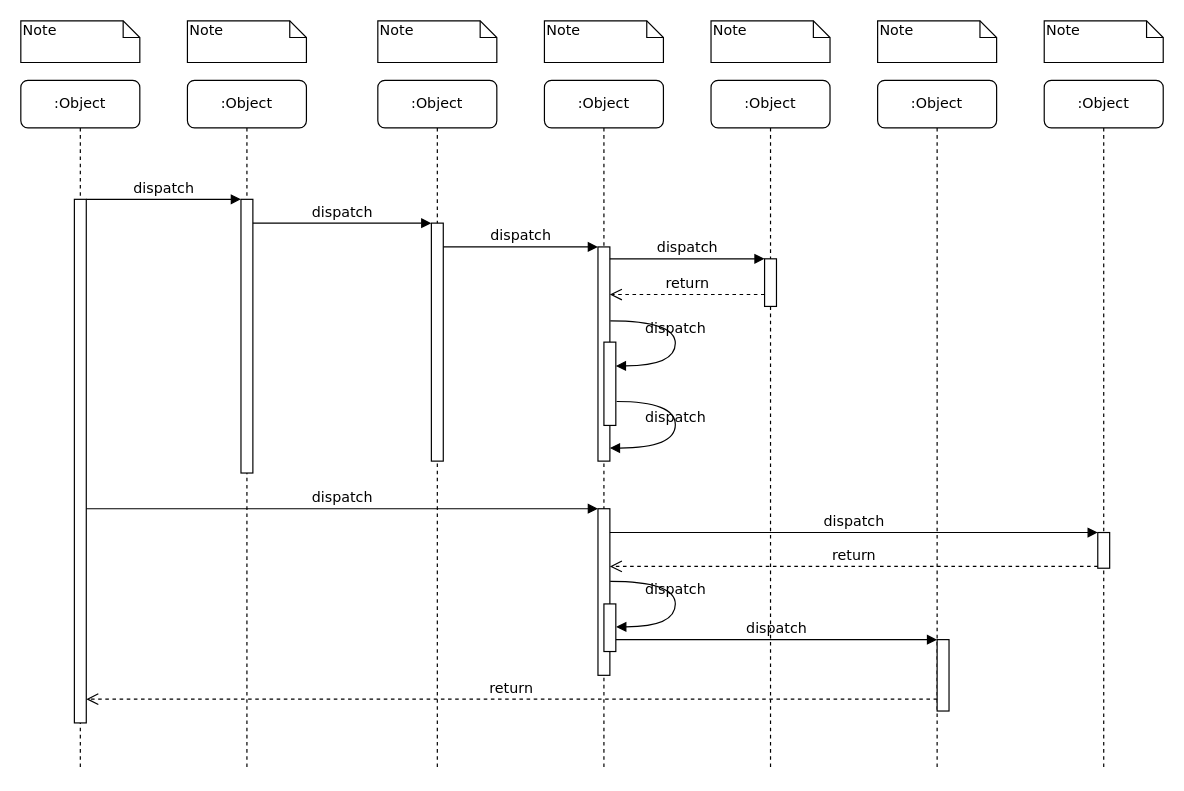
Above: 会员管理系统-店铺商家时序.drawio in zoore/drawio (draw.io), before the change. Source tidied: cells renumbered, new cells numbered last; positions are measured from the earlier drawing's top-left corner, leaving out a move shared by most shapes. Both pictures are drawn from the tidied source at 119%, with x=0, y=0 at pixel (20, 20).
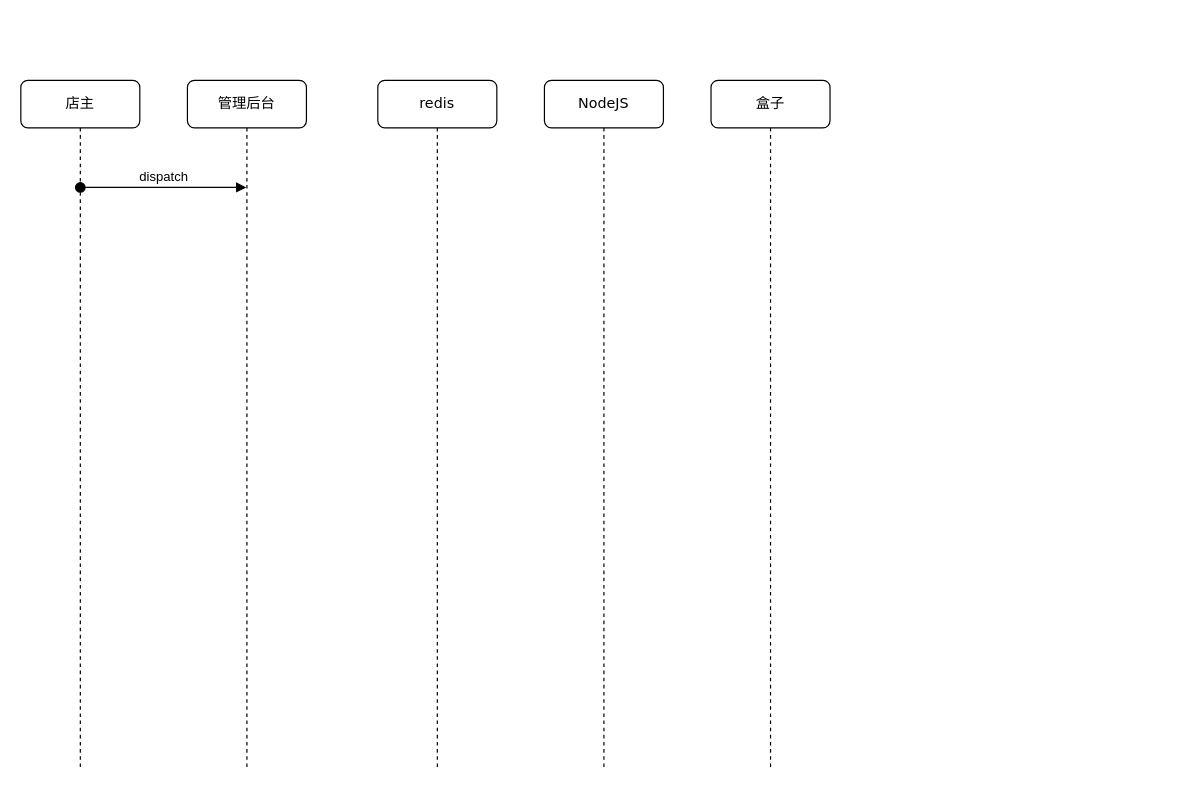
After the change.

Change to the diagram source:
```diff
@@
-    <mxCell id="2" value=":Object" style="shape=umlLifeline;perimeter=lifelinePerimeter;whiteSpace=wrap;html=1;rounded=1;shadow=0;comic=0;labelBackgroundColor=none;strokeWidth=1;fontFamily=Verdana;fontSize=12;align=center;" parent="1" vertex="1">
+    <mxCell id="2" value="管理后台" style="shape=umlLifeline;perimeter=lifelinePerimeter;whiteSpace=wrap;html=1;rounded=1;shadow=0;comic=0;labelBackgroundColor=none;strokeWidth=1;fontFamily=Verdana;fontSize=12;align=center;" parent="1" vertex="1">
       <mxGeometry x="140" y="50" width="100" height="580" as="geometry" />
     </mxCell>
-    <mxCell id="3" style="html=1;points=[];perimeter=orthogonalPerimeter;rounded=0;shadow=0;comic=0;labelBackgroundColor=none;strokeWidth=1;fontFamily=Verdana;fontSize=12;align=center;" parent="2" vertex="1">
-      <mxGeometry x="45" y="100" width="10" height="230" as="geometry" />
-    </mxCell>
+    <mxCell id="39" value="dispatch" style="html=1;verticalAlign=bottom;startArrow=oval;startFill=1;endArrow=block;startSize=8;curved=0;rounded=0;" parent="2" edge="1">
+      <mxGeometry relative="1" as="geometry">
+        <mxPoint x="-90" y="90" as="sourcePoint" />
+        <mxPoint x="49.5" y="90" as="targetPoint" />
+      </mxGeometry>
+    </mxCell>
-    <mxCell id="4" value=":Object" style="shape=umlLifeline;perimeter=lifelinePerimeter;whiteSpace=wrap;html=1;rounded=1;shadow=0;comic=0;labelBackgroundColor=none;strokeWidth=1;fontFamily=Verdana;fontSize=12;align=center;" parent="1" vertex="1">
+    <mxCell id="4" value="redis" style="shape=umlLifeline;perimeter=lifelinePerimeter;whiteSpace=wrap;html=1;rounded=1;shadow=0;comic=0;labelBackgroundColor=none;strokeWidth=1;fontFamily=Verdana;fontSize=12;align=center;" parent="1" vertex="1">
       <mxGeometry x="300" y="50" width="100" height="580" as="geometry" />
     </mxCell>
-    <mxCell id="5" style="html=1;points=[];perimeter=orthogonalPerimeter;rounded=0;shadow=0;comic=0;labelBackgroundColor=none;strokeWidth=1;fontFamily=Verdana;fontSize=12;align=center;" parent="4" vertex="1">
-      <mxGeometry x="45" y="120" width="10" height="200" as="geometry" />
-    </mxCell>
-    <mxCell id="6" value=":Object" style="shape=umlLifeline;perimeter=lifelinePerimeter;whiteSpace=wrap;html=1;rounded=1;shadow=0;comic=0;labelBackgroundColor=none;strokeWidth=1;fontFamily=Verdana;fontSize=12;align=center;" parent="1" vertex="1">
+    <mxCell id="6" value="NodeJS" style="shape=umlLifeline;perimeter=lifelinePerimeter;whiteSpace=wrap;html=1;rounded=1;shadow=0;comic=0;labelBackgroundColor=none;strokeWidth=1;fontFamily=Verdana;fontSize=12;align=center;" parent="1" vertex="1">
       <mxGeometry x="440" y="50" width="100" height="580" as="geometry" />
     </mxCell>
-    <mxCell id="7" value=":Object" style="shape=umlLifeline;perimeter=lifelinePerimeter;whiteSpace=wrap;html=1;rounded=1;shadow=0;comic=0;labelBackgroundColor=none;strokeWidth=1;fontFamily=Verdana;fontSize=12;align=center;" parent="1" vertex="1">
+    <mxCell id="7" value="盒子" style="shape=umlLifeline;perimeter=lifelinePerimeter;whiteSpace=wrap;html=1;rounded=1;shadow=0;comic=0;labelBackgroundColor=none;strokeWidth=1;fontFamily=Verdana;fontSize=12;align=center;" parent="1" vertex="1">
       <mxGeometry x="580" y="50" width="100" height="580" as="geometry" />
     </mxCell>
-    <mxCell id="8" value=":Object" style="shape=umlLifeline;perimeter=lifelinePerimeter;whiteSpace=wrap;html=1;rounded=1;shadow=0;comic=0;labelBackgroundColor=none;strokeWidth=1;fontFamily=Verdana;fontSize=12;align=center;" parent="1" vertex="1">
-      <mxGeometry x="720" y="50" width="100" height="580" as="geometry" />
-    </mxCell>
-    <mxCell id="9" value=":Object" style="shape=umlLifeline;perimeter=lifelinePerimeter;whiteSpace=wrap;html=1;rounded=1;shadow=0;comic=0;labelBackgroundColor=none;strokeWidth=1;fontFamily=Verdana;fontSize=12;align=center;" parent="1" vertex="1">
-      <mxGeometry x="860" y="50" width="100" height="580" as="geometry" />
-    </mxCell>
-    <mxCell id="10" value=":Object" style="shape=umlLifeline;perimeter=lifelinePerimeter;whiteSpace=wrap;html=1;rounded=1;shadow=0;comic=0;labelBackgroundColor=none;strokeWidth=1;fontFamily=Verdana;fontSize=12;align=center;" parent="1" vertex="1">
+    <mxCell id="10" value="店主" style="shape=umlLifeline;perimeter=lifelinePerimeter;whiteSpace=wrap;html=1;rounded=1;shadow=0;comic=0;labelBackgroundColor=none;strokeWidth=1;fontFamily=Verdana;fontSize=12;align=center;" parent="1" vertex="1">
       <mxGeometry y="50" width="100" height="580" as="geometry" />
     </mxCell>
-    <mxCell id="11" style="html=1;points=[];perimeter=orthogonalPerimeter;rounded=0;shadow=0;comic=0;labelBackgroundColor=none;strokeWidth=1;fontFamily=Verdana;fontSize=12;align=center;" parent="10" vertex="1">
-      <mxGeometry x="45" y="100" width="10" height="440" as="geometry" />
-    </mxCell>
-    <mxCell id="12" style="html=1;points=[];perimeter=orthogonalPerimeter;rounded=0;shadow=0;comic=0;labelBackgroundColor=none;strokeWidth=1;fontFamily=Verdana;fontSize=12;align=center;" parent="1" vertex="1">
-      <mxGeometry x="485" y="190" width="10" height="180" as="geometry" />
-    </mxCell>
-    <mxCell id="13" value="dispatch" style="html=1;verticalAlign=bottom;endArrow=block;labelBackgroundColor=none;fontFamily=Verdana;fontSize=12;edgeStyle=elbowEdgeStyle;elbow=vertical;" parent="1" edge="1" source="5" target="12">
-      <mxGeometry relative="1" as="geometry">
-        <Array as="points">
-          <mxPoint x="360" y="190" />
-        </Array>
-      </mxGeometry>
-    </mxCell>
-    <mxCell id="14" style="html=1;points=[];perimeter=orthogonalPerimeter;rounded=0;shadow=0;comic=0;labelBackgroundColor=none;strokeWidth=1;fontFamily=Verdana;fontSize=12;align=center;" parent="1" vertex="1">
-      <mxGeometry x="625" y="200" width="10" height="40" as="geometry" />
-    </mxCell>
-    <mxCell id="15" value="dispatch" style="html=1;verticalAlign=bottom;endArrow=block;entryX=0;entryY=0;labelBackgroundColor=none;fontFamily=Verdana;fontSize=12;edgeStyle=elbowEdgeStyle;elbow=vertical;" parent="1" edge="1" source="12" target="14">
-      <mxGeometry relative="1" as="geometry" />
-    </mxCell>
-    <mxCell id="16" value="return" style="html=1;verticalAlign=bottom;endArrow=open;dashed=1;endSize=8;labelBackgroundColor=none;fontFamily=Verdana;fontSize=12;edgeStyle=elbowEdgeStyle;elbow=vertical;" parent="1" edge="1" source="14" target="12">
-      <mxGeometry relative="1" as="geometry">
-        <Array as="points">
-          <mxPoint x="570" y="230" />
-          <mxPoint x="600" y="230" />
-        </Array>
-      </mxGeometry>
-    </mxCell>
-    <mxCell id="17" style="html=1;points=[];perimeter=orthogonalPerimeter;rounded=0;shadow=0;comic=0;labelBackgroundColor=none;strokeWidth=1;fontFamily=Verdana;fontSize=12;align=center;" parent="1" vertex="1">
-      <mxGeometry x="485" y="410" width="10" height="140" as="geometry" />
-    </mxCell>
-    <mxCell id="18" value="dispatch" style="html=1;verticalAlign=bottom;endArrow=block;entryX=0;entryY=0;labelBackgroundColor=none;fontFamily=Verdana;fontSize=12;" parent="1" edge="1" source="11" target="17">
-      <mxGeometry relative="1" as="geometry" />
-    </mxCell>
-    <mxCell id="19" style="html=1;points=[];perimeter=orthogonalPerimeter;rounded=0;shadow=0;comic=0;labelBackgroundColor=none;strokeColor=#000000;strokeWidth=1;fillColor=#FFFFFF;fontFamily=Verdana;fontSize=12;fontColor=#000000;align=center;" parent="1" vertex="1">
-      <mxGeometry x="905" y="430" width="10" height="30" as="geometry" />
-    </mxCell>
-    <mxCell id="20" value="dispatch" style="html=1;verticalAlign=bottom;endArrow=block;entryX=0;entryY=0;labelBackgroundColor=none;fontFamily=Verdana;fontSize=12;" parent="1" edge="1" source="17" target="19">
-      <mxGeometry relative="1" as="geometry" />
-    </mxCell>
-    <mxCell id="21" value="return" style="html=1;verticalAlign=bottom;endArrow=open;dashed=1;endSize=8;exitX=0;exitY=0.95;labelBackgroundColor=none;fontFamily=Verdana;fontSize=12;" parent="1" edge="1" source="19" target="17">
-      <mxGeometry relative="1" as="geometry" />
-    </mxCell>
-    <mxCell id="22" style="html=1;points=[];perimeter=orthogonalPerimeter;rounded=0;shadow=0;comic=0;labelBackgroundColor=none;strokeWidth=1;fontFamily=Verdana;fontSize=12;align=center;" parent="1" vertex="1">
-      <mxGeometry x="770" y="520" width="10" height="60" as="geometry" />
-    </mxCell>
-    <mxCell id="23" value="dispatch" style="html=1;verticalAlign=bottom;endArrow=block;entryX=0;entryY=0;labelBackgroundColor=none;fontFamily=Verdana;fontSize=12;edgeStyle=elbowEdgeStyle;elbow=vertical;" parent="1" edge="1" source="30" target="22">
-      <mxGeometry relative="1" as="geometry" />
-    </mxCell>
-    <mxCell id="24" value="return" style="html=1;verticalAlign=bottom;endArrow=open;dashed=1;endSize=8;labelBackgroundColor=none;fontFamily=Verdana;fontSize=12;edgeStyle=elbowEdgeStyle;elbow=vertical;" parent="1" edge="1" source="22" target="11">
-      <mxGeometry relative="1" as="geometry">
-        <Array as="points">
-          <mxPoint x="470" y="570" />
-        </Array>
-      </mxGeometry>
-    </mxCell>
-    <mxCell id="25" value="dispatch" style="html=1;verticalAlign=bottom;endArrow=block;entryX=0;entryY=0;labelBackgroundColor=none;fontFamily=Verdana;fontSize=12;edgeStyle=elbowEdgeStyle;elbow=vertical;" parent="1" edge="1" source="11" target="3">
-      <mxGeometry relative="1" as="geometry" />
-    </mxCell>
-    <mxCell id="26" value="dispatch" style="html=1;verticalAlign=bottom;endArrow=block;entryX=0;entryY=0;labelBackgroundColor=none;fontFamily=Verdana;fontSize=12;edgeStyle=elbowEdgeStyle;elbow=vertical;" parent="1" edge="1" source="3" target="5">
-      <mxGeometry relative="1" as="geometry" />
-    </mxCell>
-    <mxCell id="27" style="html=1;points=[];perimeter=orthogonalPerimeter;rounded=0;shadow=0;comic=0;labelBackgroundColor=none;strokeWidth=1;fontFamily=Verdana;fontSize=12;align=center;" parent="1" vertex="1">
-      <mxGeometry x="490" y="270" width="10" height="70" as="geometry" />
-    </mxCell>
-    <mxCell id="28" value="dispatch" style="html=1;verticalAlign=bottom;endArrow=block;labelBackgroundColor=none;fontFamily=Verdana;fontSize=12;elbow=vertical;edgeStyle=orthogonalEdgeStyle;curved=1;entryX=1;entryY=0.286;entryPerimeter=0;exitX=1.038;exitY=0.345;exitPerimeter=0;" parent="1" edge="1" source="12" target="27">
-      <mxGeometry relative="1" as="geometry">
-        <Array as="points">
-          <mxPoint x="550" y="252" />
-          <mxPoint x="550" y="290" />
-        </Array>
-      </mxGeometry>
-    </mxCell>
-    <mxCell id="29" value="dispatch" style="html=1;verticalAlign=bottom;endArrow=block;labelBackgroundColor=none;fontFamily=Verdana;fontSize=12;elbow=vertical;edgeStyle=orthogonalEdgeStyle;curved=1;exitX=1.066;exitY=0.713;exitPerimeter=0;" parent="1" edge="1" source="27">
-      <mxGeometry relative="1" as="geometry">
-        <mxPoint x="495" y="359" as="targetPoint" />
-        <Array as="points">
-          <mxPoint x="550" y="320" />
-          <mxPoint x="550" y="359" />
-        </Array>
-      </mxGeometry>
-    </mxCell>
-    <mxCell id="30" style="html=1;points=[];perimeter=orthogonalPerimeter;rounded=0;shadow=0;comic=0;labelBackgroundColor=none;strokeWidth=1;fontFamily=Verdana;fontSize=12;align=center;" parent="1" vertex="1">
-      <mxGeometry x="490" y="490" width="10" height="40" as="geometry" />
-    </mxCell>
-    <mxCell id="31" value="dispatch" style="html=1;verticalAlign=bottom;endArrow=block;labelBackgroundColor=none;fontFamily=Verdana;fontSize=12;elbow=vertical;edgeStyle=orthogonalEdgeStyle;curved=1;entryX=1;entryY=0.286;entryPerimeter=0;exitX=1.038;exitY=0.345;exitPerimeter=0;" parent="1" edge="1">
-      <mxGeometry relative="1" as="geometry">
-        <mxPoint x="495.3" y="471" as="sourcePoint" />
-        <mxPoint x="500.3" y="509.3" as="targetPoint" />
-        <Array as="points">
-          <mxPoint x="550" y="471" />
-          <mxPoint x="550" y="509" />
-        </Array>
-      </mxGeometry>
-    </mxCell>
-    <mxCell id="32" value="Note" style="shape=note;whiteSpace=wrap;html=1;size=14;verticalAlign=top;align=left;spacingTop=-6;rounded=0;shadow=0;comic=0;labelBackgroundColor=none;strokeWidth=1;fontFamily=Verdana;fontSize=12;" parent="1" vertex="1">
-      <mxGeometry width="100" height="35" as="geometry" />
-    </mxCell>
-    <mxCell id="33" value="Note" style="shape=note;whiteSpace=wrap;html=1;size=14;verticalAlign=top;align=left;spacingTop=-6;rounded=0;shadow=0;comic=0;labelBackgroundColor=none;strokeWidth=1;fontFamily=Verdana;fontSize=12;" parent="1" vertex="1">
-      <mxGeometry x="140" width="100" height="35" as="geometry" />
-    </mxCell>
-    <mxCell id="34" value="Note" style="shape=note;whiteSpace=wrap;html=1;size=14;verticalAlign=top;align=left;spacingTop=-6;rounded=0;shadow=0;comic=0;labelBackgroundColor=none;strokeWidth=1;fontFamily=Verdana;fontSize=12;" parent="1" vertex="1">
-      <mxGeometry x="300" width="100" height="35" as="geometry" />
-    </mxCell>
-    <mxCell id="35" value="Note" style="shape=note;whiteSpace=wrap;html=1;size=14;verticalAlign=top;align=left;spacingTop=-6;rounded=0;shadow=0;comic=0;labelBackgroundColor=none;strokeWidth=1;fontFamily=Verdana;fontSize=12;" parent="1" vertex="1">
-      <mxGeometry x="440" width="100" height="35" as="geometry" />
-    </mxCell>
-    <mxCell id="36" value="Note" style="shape=note;whiteSpace=wrap;html=1;size=14;verticalAlign=top;align=left;spacingTop=-6;rounded=0;shadow=0;comic=0;labelBackgroundColor=none;strokeWidth=1;fontFamily=Verdana;fontSize=12;" parent="1" vertex="1">
-      <mxGeometry x="580" width="100" height="35" as="geometry" />
-    </mxCell>
-    <mxCell id="37" value="Note" style="shape=note;whiteSpace=wrap;html=1;size=14;verticalAlign=top;align=left;spacingTop=-6;rounded=0;shadow=0;comic=0;labelBackgroundColor=none;strokeWidth=1;fontFamily=Verdana;fontSize=12;" parent="1" vertex="1">
-      <mxGeometry x="720" width="100" height="35" as="geometry" />
-    </mxCell>
-    <mxCell id="38" value="Note" style="shape=note;whiteSpace=wrap;html=1;size=14;verticalAlign=top;align=left;spacingTop=-6;rounded=0;shadow=0;comic=0;labelBackgroundColor=none;strokeWidth=1;fontFamily=Verdana;fontSize=12;" parent="1" vertex="1">
-      <mxGeometry x="860" width="100" height="35" as="geometry" />
-    </mxCell>
```
